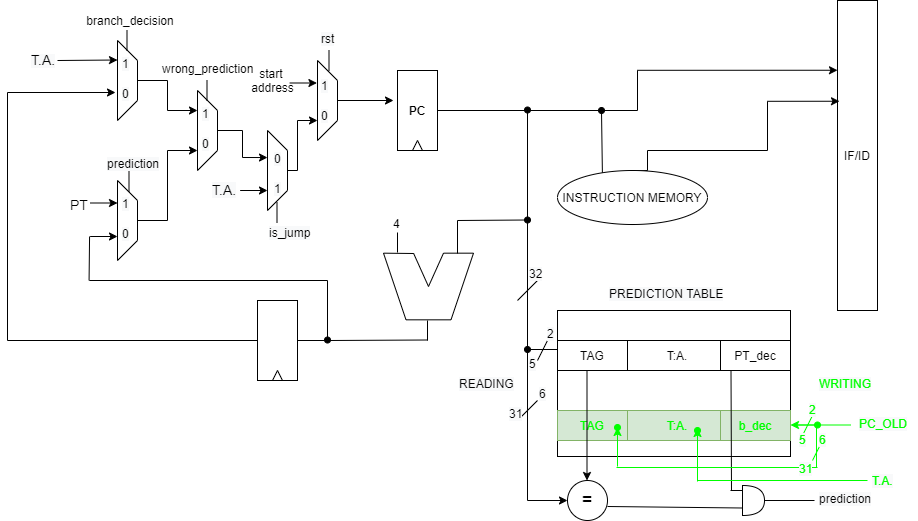
Before: lab3/fetch.png, a diagram exported from draw.io (Dragosk97/ISA-laboratories). Source tidied: cells renumbered, new cells last; positions are measured from the earlier drawing's top-left corner, leaving out a move shared by most shapes.
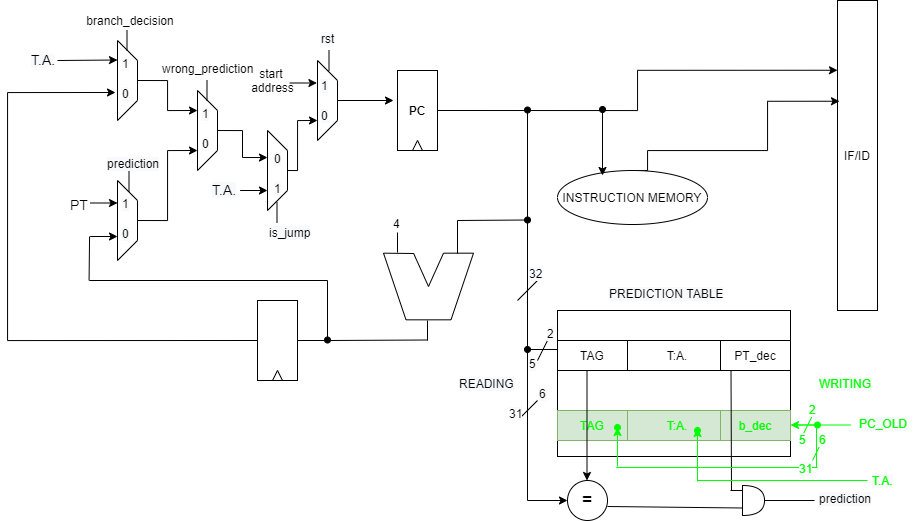
Later version of the same file.

The edit, as a diff of the source:
```diff
@@ -158,9 +158,10 @@
         <mxPoint x="450" y="220" as="targetPoint" />
       </mxGeometry>
     </mxCell>
-    <mxCell id="35" style="endArrow=none;html=1;startArrow=oval;startFill=1;entryX=0.3;entryY=0.185;entryDx=0;entryDy=0;entryPerimeter=0;" parent="1" edge="1" target="37">
+    <mxCell id="35" style="endArrow=none;html=1;startArrow=oval;startFill=1;" parent="1" edge="1">
       <mxGeometry relative="1" as="geometry">
-        <mxPoint x="594" y="110" as="sourcePoint" />
+        <mxPoint x="595" y="109" as="sourcePoint" />
+        <mxPoint x="595" y="130" as="targetPoint" />
       </mxGeometry>
     </mxCell>
     <mxCell id="36" style="edgeStyle=orthogonalEdgeStyle;rounded=0;jettySize=auto;html=1;exitX=0.5;exitY=0;exitDx=0;exitDy=0;entryX=0.05;entryY=0.325;entryDx=0;entryDy=0;entryPerimeter=0;" parent="1" edge="1" source="37" target="14">
@@ -510,5 +511,11 @@
         <mxPoint x="610" y="437.5" as="targetPoint" />
       </mxGeometry>
     </mxCell>
+    <mxCell id="117" style="endArrow=classic;html=1;" parent="1" edge="1">
+      <mxGeometry relative="1" as="geometry">
+        <mxPoint x="595" y="128" as="sourcePoint" />
+        <mxPoint x="595" y="175" as="targetPoint" />
+      </mxGeometry>
+    </mxCell>
   </root>
 </mxGraphModel>
```
